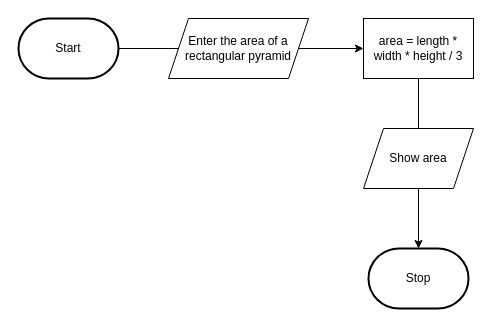
This is design/flowchart.drawio from MTHS-ICD2O-1-2024/ICD2O-Unit-3-02-Aimar-Fernandez, a draw.io file, before an edit. Source tidied: cells renumbered, new cells numbered last; positions are measured from the earlier drawing's top-left corner, leaving out a move shared by most shapes. Both pictures are drawn from the tidied source at 100%, with x=0, y=0 at pixel (18, 18).
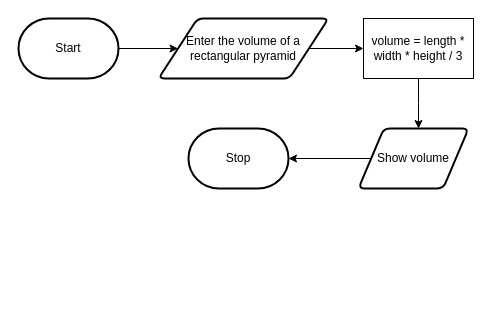
The same page after the edit.

Commit message (it also covers changes not shown here):
added flowchart/storyboard

What changed in the source:
```diff
@@
 <mxGraphModel>
   <root>
     <mxCell id="0" />
     <mxCell id="1" parent="0" />
-    <mxCell id="2" style="edgeStyle=orthogonalEdgeStyle;html=1;rounded=0;" parent="1" edge="1" source="6" target="4">
-      <mxGeometry relative="1" as="geometry" />
+    <mxCell id="2" style="edgeStyle=orthogonalEdgeStyle;html=1;rounded=0;entryX=0.5;entryY=0;entryDx=0;entryDy=0;" parent="1" edge="1" source="6">
+      <mxGeometry relative="1" as="geometry">
+        <mxPoint x="400" y="110" as="targetPoint" />
+      </mxGeometry>
     </mxCell>
     <mxCell id="3" value="Start" style="strokeWidth=2;html=1;shape=mxgraph.flowchart.terminator;whiteSpace=wrap;" parent="1" vertex="1">
       <mxGeometry width="100" height="60" as="geometry" />
     </mxCell>
     <mxCell id="4" value="Stop" style="strokeWidth=2;html=1;shape=mxgraph.flowchart.terminator;whiteSpace=wrap;" parent="1" vertex="1">
-      <mxGeometry x="350" y="230" width="100" height="60" as="geometry" />
+      <mxGeometry x="170" y="110" width="100" height="60" as="geometry" />
     </mxCell>
-    <mxCell id="5" style="edgeStyle=orthogonalEdgeStyle;html=1;rounded=0;" parent="1" edge="1" source="3" target="6">
+    <mxCell id="5" style="edgeStyle=orthogonalEdgeStyle;html=1;rounded=0;entryX=0;entryY=0.5;entryDx=0;entryDy=0;" parent="1" edge="1" source="3" target="11">
       <mxGeometry relative="1" as="geometry" />
     </mxCell>
-    <mxCell id="6" value="area = length * width * height / 3" style="whiteSpace=wrap;html=1;" parent="1" vertex="1">
+    <mxCell id="6" value="volume = length * width * height / 3" style="whiteSpace=wrap;html=1;" parent="1" vertex="1">
       <mxGeometry x="345" width="110" height="60" as="geometry" />
     </mxCell>
-    <mxCell id="7" value="Enter the area&lt;span style=&quot;background-color: transparent;&quot;&gt;&amp;nbsp;of&amp;nbsp;&lt;/span&gt;&lt;span style=&quot;background-color: transparent;&quot;&gt;a rectangular&amp;nbsp;&lt;/span&gt;&lt;span style=&quot;background-color: transparent;&quot;&gt;pyramid&lt;/span&gt;" style="shape=parallelogram;perimeter=parallelogramPerimeter;whiteSpace=wrap;html=1;fixedSize=1;" parent="1" vertex="1">
-      <mxGeometry x="150" width="140" height="60" as="geometry" />
-    </mxCell>
-    <mxCell id="8" value="Show area" style="shape=parallelogram;perimeter=parallelogramPerimeter;whiteSpace=wrap;html=1;fixedSize=1;" parent="1" vertex="1">
-      <mxGeometry x="345" y="110" width="110" height="60" as="geometry" />
-    </mxCell>
+    <mxCell id="9" style="edgeStyle=none;html=1;" parent="1" edge="1" target="6">
+      <mxGeometry relative="1" as="geometry">
+        <mxPoint x="290" y="30" as="sourcePoint" />
+      </mxGeometry>
+    </mxCell>
+    <mxCell id="10" style="edgeStyle=none;html=1;" parent="1" edge="1" target="4">
+      <mxGeometry relative="1" as="geometry">
+        <mxPoint x="355" y="140" as="sourcePoint" />
+      </mxGeometry>
+    </mxCell>
+    <mxCell id="11" value="Enter the volume of a rectangular pyramid" style="shape=parallelogram;html=1;strokeWidth=2;perimeter=parallelogramPerimeter;whiteSpace=wrap;rounded=1;arcSize=12;size=0.23;" parent="1" vertex="1">
+      <mxGeometry x="140" width="170" height="60" as="geometry" />
+    </mxCell>
+    <mxCell id="12" value="Show volume" style="shape=parallelogram;html=1;strokeWidth=2;perimeter=parallelogramPerimeter;whiteSpace=wrap;rounded=1;arcSize=12;size=0.23;" parent="1" vertex="1">
+      <mxGeometry x="340" y="110" width="110" height="60" as="geometry" />
+    </mxCell>
   </root>
 </mxGraphModel>
```
